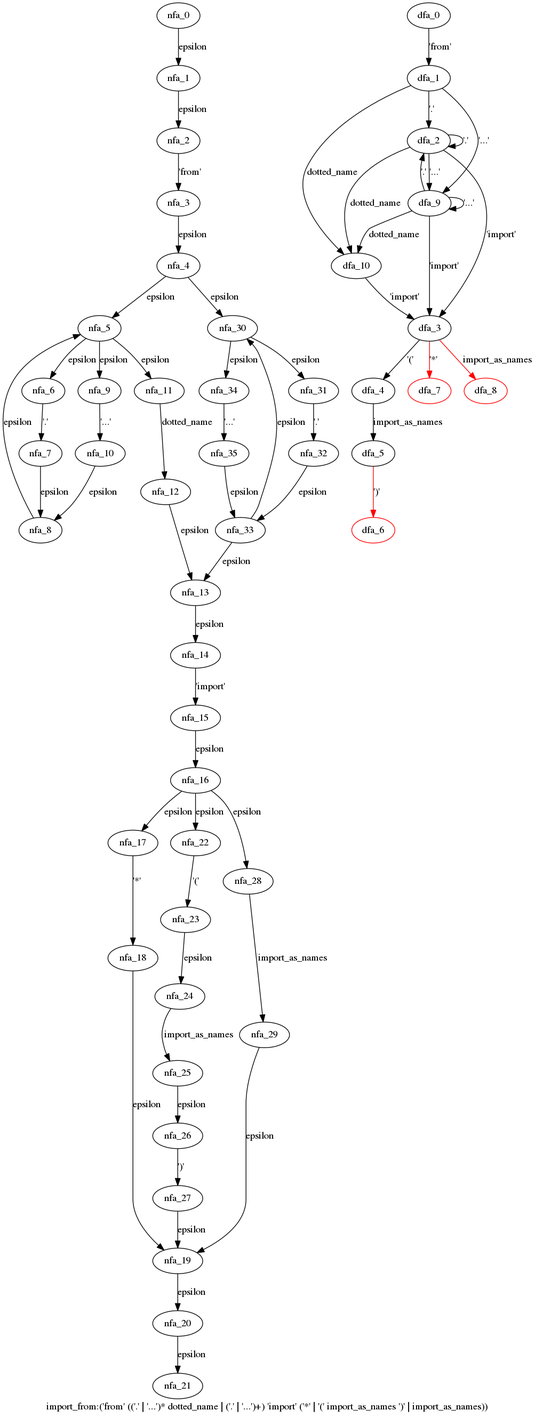
Above: cpython/grammar/handwrite/nfa_dfas/30.import_from.dot.png in WinChua/blog (Graphviz), before the change. Its source is kept beside it as cpython/grammar/handwrite/nfa_dfas/30.import_from.dot.
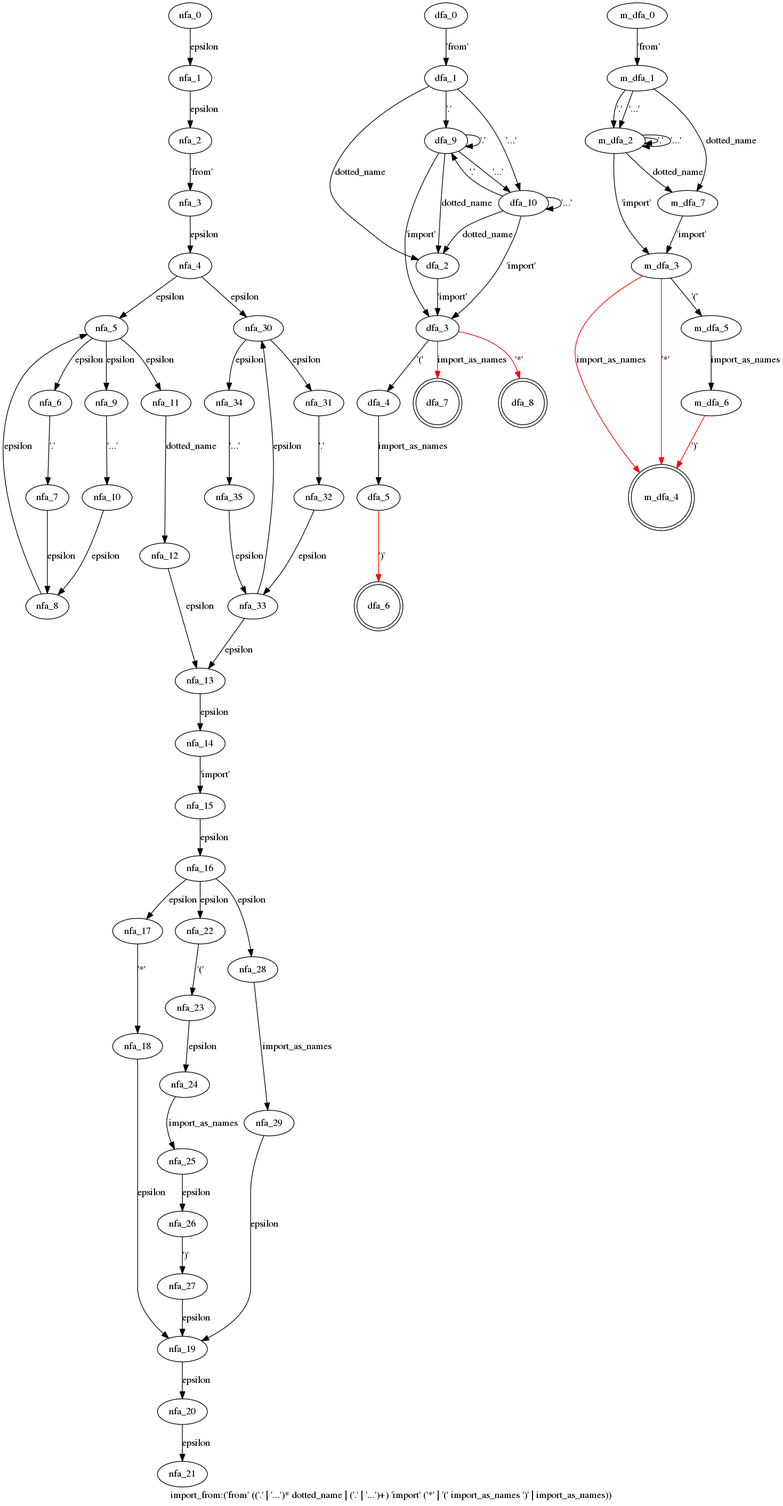
Later version of the same file.

Diff of the diagram source:
```diff
@@ -46,25 +46,42 @@
   }
  subgraph import_from_dfa {
   dfa_0->dfa_1[label="'from'"]
-  dfa_1->dfa_2[label="'.'"]
-  dfa_2->dfa_2[label="'.'"]
+  dfa_1->dfa_2[label="dotted_name"]
   dfa_2->dfa_3[label="'import'"]
   dfa_3->dfa_4[label="'('"]
   dfa_4->dfa_5[label="import_as_names"]
   dfa_5->dfa_6[label="')'",color=red]
-  dfa_3->dfa_7[label="'*'",color=red]
-  dfa_3->dfa_8[label="import_as_names",color=red]
-  dfa_2->dfa_9[label="'...'"]
-  dfa_9->dfa_2[label="'.'"]
-  dfa_9->dfa_9[label="'...'"]
+  dfa_3->dfa_7[label="import_as_names",color=red]
+  dfa_3->dfa_8[label="'*'",color=red]
+  dfa_1->dfa_9[label="'.'"]
   dfa_9->dfa_3[label="'import'"]
-  dfa_9->dfa_10[label="dotted_name"]
+  dfa_9->dfa_2[label="dotted_name"]
+  dfa_9->dfa_9[label="'.'"]
+  dfa_9->dfa_10[label="'...'"]
   dfa_10->dfa_3[label="'import'"]
-  dfa_2->dfa_10[label="dotted_name"]
-  dfa_1->dfa_9[label="'...'"]
-  dfa_1->dfa_10[label="dotted_name"]
-  dfa_8[color=red]
-  dfa_6[color=red]
-  dfa_7[color=red]
+  dfa_10->dfa_9[label="'.'"]
+  dfa_10->dfa_2[label="dotted_name"]
+  dfa_10->dfa_10[label="'...'"]
+  dfa_1->dfa_10[label="'...'"]
+  dfa_8[shape=doublecircle]
+  dfa_6[shape=doublecircle]
+  dfa_7[shape=doublecircle]
+  }
+ subgraph import_from_m_dfa {
+  m_dfa_0->m_dfa_1[label="'from'"]
+  m_dfa_1->m_dfa_2[label="'.'"]
+  m_dfa_2->m_dfa_3[label="'import'"]
+  m_dfa_3->m_dfa_4[label="import_as_names",color=red]
+  m_dfa_3->m_dfa_4[label="'*'",color=red]
+  m_dfa_3->m_dfa_5[label="'('"]
+  m_dfa_5->m_dfa_6[label="import_as_names"]
+  m_dfa_6->m_dfa_4[label="')'",color=red]
+  m_dfa_2->m_dfa_2[label="'.'"]
+  m_dfa_2->m_dfa_2[label="'...'"]
+  m_dfa_2->m_dfa_7[label="dotted_name"]
+  m_dfa_7->m_dfa_3[label="'import'"]
+  m_dfa_1->m_dfa_2[label="'...'"]
+  m_dfa_1->m_dfa_7[label="dotted_name"]
+  m_dfa_4[shape=doublecircle]
   }
 }
```
